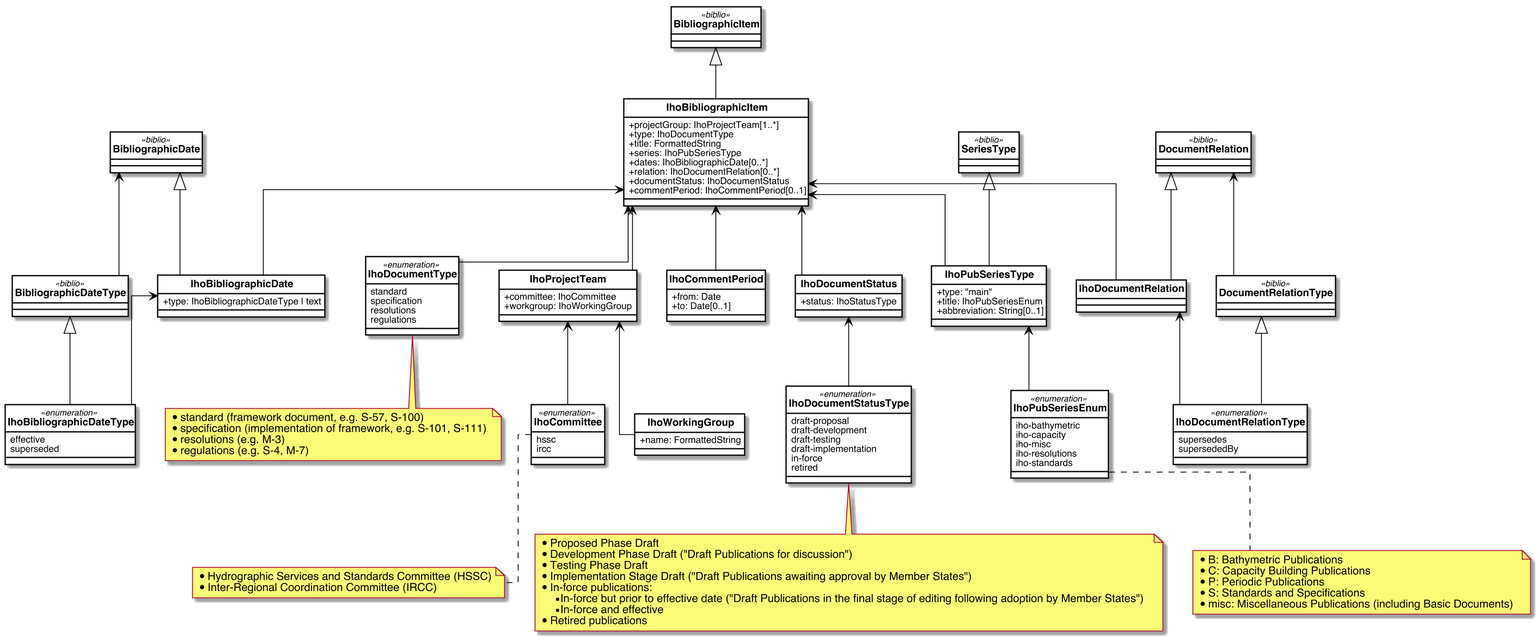
The PlantUML diagram iho/images/IhoBibliographicItem.png in metanorma/standoc-models, before a commit.
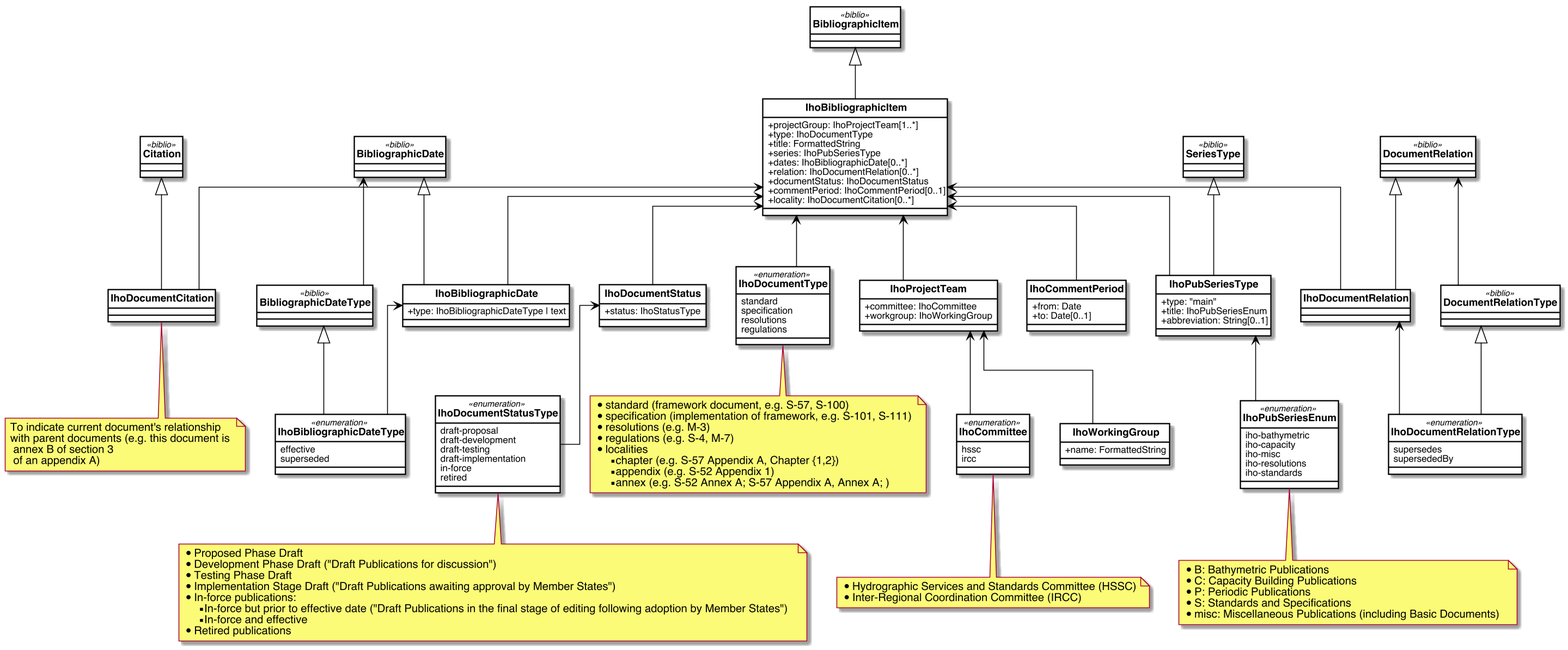
After the change.

The edit, as a diff of the source:
```diff
@@ -54,6 +54,13 @@
   +relation: IhoDocumentRelation[0..*]
   +documentStatus: IhoDocumentStatus
   +commentPeriod: IhoCommentPeriod[0..1]
+  +locality: IhoDocumentCitation[0..*]
+}
+
+class Citation <<biblio>>{
+}
+
+class IhoDocumentCitation {
 }
 
 class IhoProjectTeam{
@@ -142,11 +149,13 @@
 
 note bottom of IhoPubSeriesEnum: * B: Bathymetric Publications\n* C: Capacity Building Publications\n* P: Periodic Publications\n* S: Standards and Specifications\n* misc: Miscellaneous Publications (including Basic Documents)
 
-note bottom of IhoDocumentType: * standard (framework document, e.g. S-57, S-100)\n* specification (implementation of framework, e.g. S-101, S-111)\n* resolutions (e.g. M-3)\n* regulations (e.g. S-4, M-7)
+note bottom of IhoDocumentType: * standard (framework document, e.g. S-57, S-100)\n* specification (implementation of framework, e.g. S-101, S-111)\n* resolutions (e.g. M-3)\n* regulations (e.g. S-4, M-7)\n* localities\n** chapter (e.g. S-57 Appendix A, Chapter {1,2})\n** appendix (e.g. S-52 Appendix 1)\n** annex (e.g. S-52 Annex A; S-57 Appendix A, Annex A; )
 
 note bottom of IhoDocumentStatusType: * Proposed Phase Draft\n* Development Phase Draft ("Draft Publications for discussion")\n* Testing Phase Draft\n* Implementation Stage Draft ("Draft Publications awaiting approval by Member States")\n* In-force publications:\n** In-force but prior to effective date ("Draft Publications in the final stage of editing following adoption by Member States")\n** In-force and effective\n* Retired publications
 
 note bottom of IhoCommittee: * Hydrographic Services and Standards Committee (HSSC)\n* Inter-Regional Coordination Committee (IRCC)
+
+note bottom of IhoDocumentCitation: To indicate current document's relationship\nwith parent documents (e.g. this document is\n annex B of section 3\n of an appendix A)
 
 BibliographicItem <|-- IhoBibliographicItem
 
@@ -167,6 +176,9 @@
 BibliographicDate <-- BibliographicDateType
 IhoBibliographicDate <-- IhoBibliographicDateType
 
+Citation <|-- IhoDocumentCitation
+IhoBibliographicItem <-- IhoDocumentCitation
+
 IhoDocumentStatus <-- IhoDocumentStatusType
 
 SeriesType <|-- IhoPubSeriesType
```
